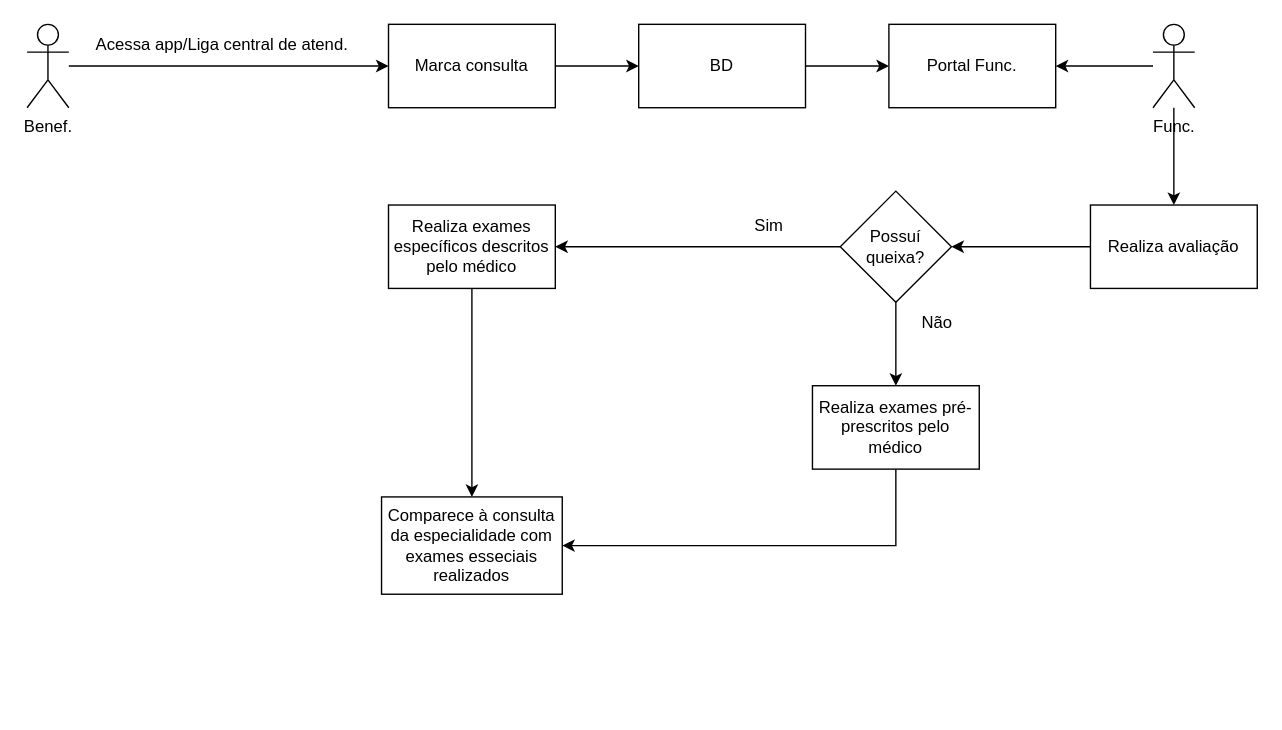
This is IdeiaFluxograma.drawio from LeoPgn/GlobalSolution3.0, a draw.io file, before an edit. Source tidied: cells renumbered, new cells numbered last; positions are measured from the earlier drawing's top-left corner, leaving out a move shared by most shapes. Both pictures are drawn from the tidied source at 139%, with x=0, y=0 at pixel (26, 24).
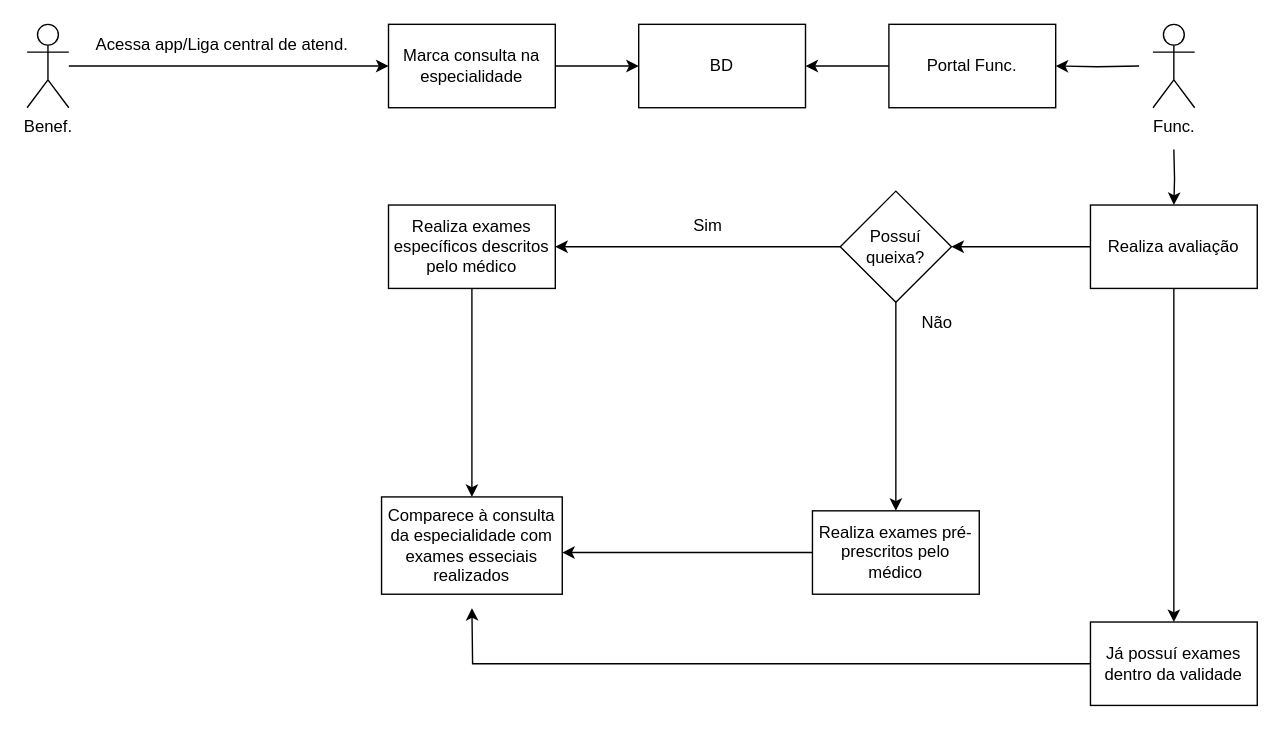
The same diagram, later.

Unchanged cells that the change refers to:
```xml
<mxCell id="6" value="Func." style="shape=umlActor;verticalLabelPosition=bottom;verticalAlign=top;html=1;outlineConnect=0;" parent="1" vertex="1">
  <mxGeometry x="810" width="30" height="60" as="geometry" />
</mxCell>
<mxCell id="10" value="BD" style="whiteSpace=wrap;html=1;rounded=0;" parent="1" vertex="1">
  <mxGeometry x="440" width="120" height="60" as="geometry" />
</mxCell>
<mxCell id="11" value="Portal Func." style="rounded=0;whiteSpace=wrap;html=1;" parent="1" vertex="1">
  <mxGeometry x="620" width="120" height="60" as="geometry" />
</mxCell>
<mxCell id="13" value="Realiza avaliação" style="rounded=0;whiteSpace=wrap;html=1;" parent="1" vertex="1">
  <mxGeometry x="765" y="130" width="120" height="60" as="geometry" />
</mxCell>
```

The edit, as a diff of the source:
```diff
@@
-    <mxCell id="4" style="edgeStyle=orthogonalEdgeStyle;rounded=0;jettySize=auto;html=1;" parent="1" edge="1" source="6" target="11">
-      <mxGeometry relative="1" as="geometry" />
+    <mxCell id="4" style="edgeStyle=orthogonalEdgeStyle;rounded=0;jettySize=auto;html=1;" parent="1" edge="1" target="11">
+      <mxGeometry relative="1" as="geometry">
+        <mxPoint x="800" y="30" as="sourcePoint" />
+      </mxGeometry>
     </mxCell>
-    <mxCell id="5" style="edgeStyle=orthogonalEdgeStyle;rounded=0;jettySize=auto;html=1;" parent="1" edge="1" source="6" target="13">
-      <mxGeometry relative="1" as="geometry" />
+    <mxCell id="5" style="edgeStyle=orthogonalEdgeStyle;rounded=0;jettySize=auto;html=1;" parent="1" edge="1" target="13">
+      <mxGeometry relative="1" as="geometry">
+        <mxPoint x="825" y="90" as="sourcePoint" />
+      </mxGeometry>
     </mxCell>
@@
-    <mxCell id="8" value="Marca consulta" style="rounded=0;whiteSpace=wrap;html=1;" parent="1" vertex="1">
+    <mxCell id="8" value="Marca consulta na especialidade" style="rounded=0;whiteSpace=wrap;html=1;" parent="1" vertex="1">
       <mxGeometry x="260" width="120" height="60" as="geometry" />
     </mxCell>
-    <mxCell id="9" style="edgeStyle=orthogonalEdgeStyle;rounded=0;jettySize=auto;html=1;" parent="1" edge="1" source="10" target="11">
-      <mxGeometry relative="1" as="geometry" />
-    </mxCell>
@@
+    <mxCell id="25" style="edgeStyle=orthogonalEdgeStyle;rounded=0;jettySize=auto;html=1;" parent="1" edge="1" source="11" target="10">
+      <mxGeometry relative="1" as="geometry" />
+    </mxCell>
@@
+    <mxCell id="26" style="edgeStyle=orthogonalEdgeStyle;rounded=0;jettySize=auto;html=1;exitX=0.5;exitY=1;exitDx=0;exitDy=0;entryX=0.5;entryY=0;entryDx=0;entryDy=0;" parent="1" edge="1" source="13" target="28">
+      <mxGeometry relative="1" as="geometry" />
+    </mxCell>
@@
     <mxCell id="18" value="Realiza exames pré-prescritos pelo médico" style="whiteSpace=wrap;html=1;rounded=0;" parent="1" vertex="1">
-      <mxGeometry x="565" y="260" width="120" height="60" as="geometry" />
+      <mxGeometry x="565" y="350" width="120" height="60" as="geometry" />
     </mxCell>
@@
     <mxCell id="21" value="Sim" style="text;html=1;strokeColor=none;fillColor=none;align=center;verticalAlign=middle;whiteSpace=wrap;rounded=0;" parent="1" vertex="1">
-      <mxGeometry x="504" y="130" width="60" height="30" as="geometry" />
+      <mxGeometry x="460" y="130" width="60" height="30" as="geometry" />
     </mxCell>
@@
+    <mxCell id="27" style="edgeStyle=orthogonalEdgeStyle;rounded=0;jettySize=auto;html=1;exitX=0;exitY=0.5;exitDx=0;exitDy=0;" parent="1" edge="1" source="28">
+      <mxGeometry relative="1" as="geometry">
+        <mxPoint x="320" y="420" as="targetPoint" />
+      </mxGeometry>
+    </mxCell>
+    <mxCell id="28" value="Já possuí exames dentro da validade" style="rounded=0;whiteSpace=wrap;html=1;" parent="1" vertex="1">
+      <mxGeometry x="765" y="430" width="120" height="60" as="geometry" />
+    </mxCell>
```
